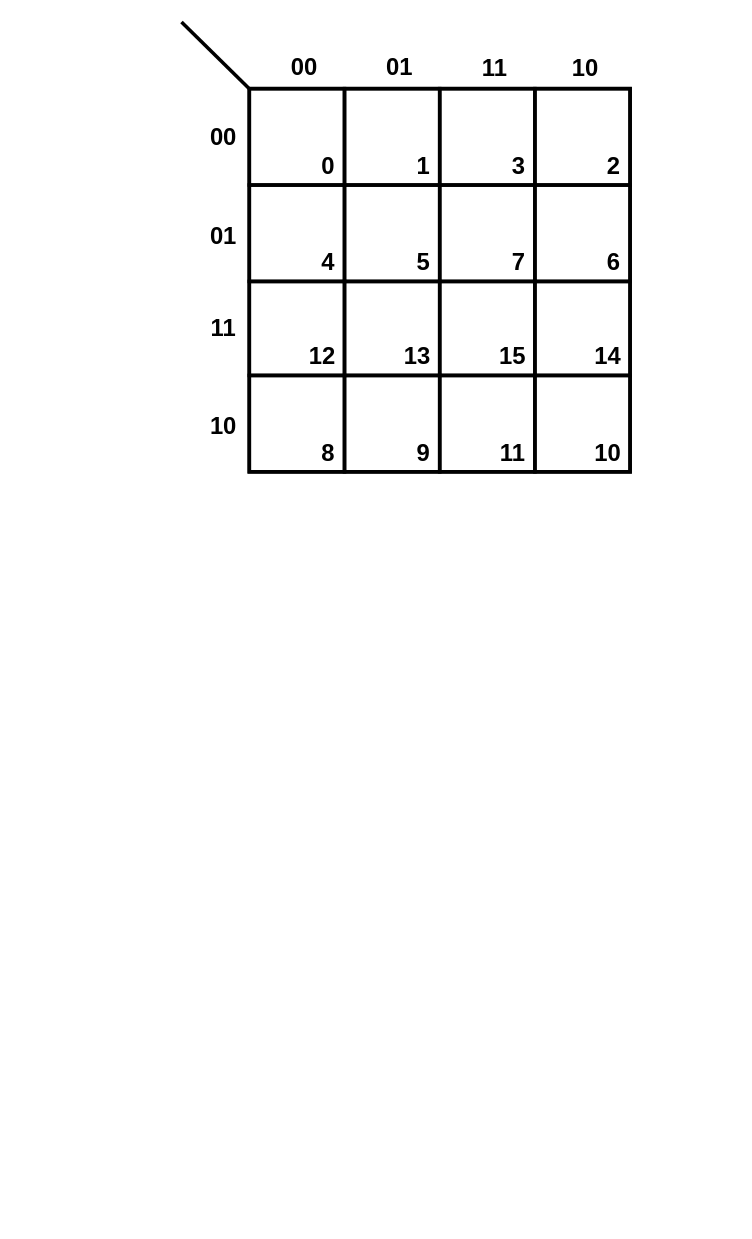
Above: kmap.drawio in T-Maharshi-Sanand-Yadav/draw.io (draw.io), before the change. Source tidied: cells renumbered, new cells numbered last; positions are measured from the earlier drawing's top-left corner, leaving out a move shared by most shapes. Both pictures are drawn from the tidied source at 119%, with x=0, y=0 at pixel (181, 21).
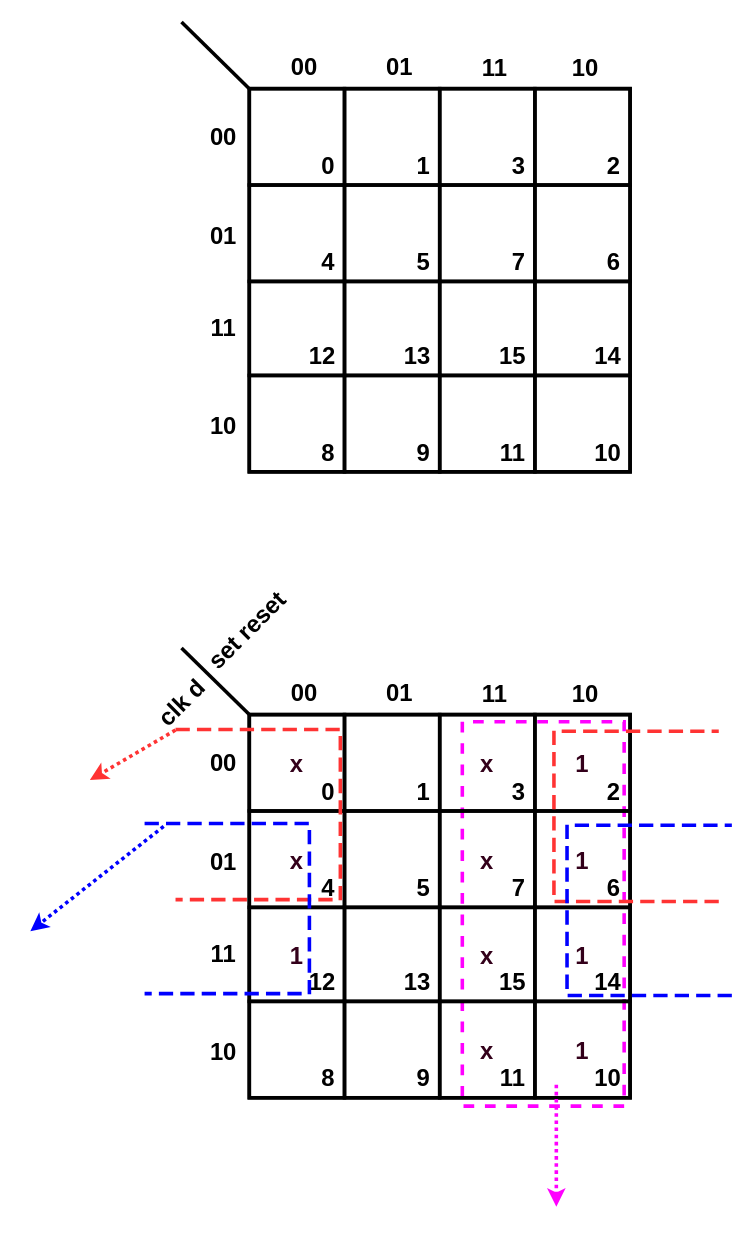
After the change.

Diff of the diagram source:
```diff
@@
+    <mxCell id="48" style="rounded=0;whiteSpace=wrap;html=1;strokeWidth=3;dashed=1;rotation=-180;strokeColor=#FF00FF;" parent="1" vertex="1">
+      <mxGeometry x="236" y="588" width="136" height="323" as="geometry" />
+    </mxCell>
@@
+    <mxCell id="49" value="&lt;span&gt;&lt;font&gt;0&lt;/font&gt;&lt;/span&gt;" style="text;html=1;align=center;verticalAlign=middle;strokeColor=none;fillColor=none;fontSize=20;fontStyle=1;" parent="1" vertex="1">
+      <mxGeometry x="108" y="627" width="30" height="37" as="geometry" />
+    </mxCell>
+    <mxCell id="50" value="&lt;span&gt;&lt;font&gt;1&lt;/font&gt;&lt;/span&gt;" style="text;html=1;align=center;verticalAlign=middle;strokeColor=none;fillColor=none;fontSize=20;fontStyle=1;" parent="1" vertex="1">
+      <mxGeometry x="188" y="627" width="30" height="37" as="geometry" />
+    </mxCell>
+    <mxCell id="51" value="&lt;span&gt;&lt;font&gt;3&lt;/font&gt;&lt;/span&gt;" style="text;html=1;align=center;verticalAlign=middle;strokeColor=none;fillColor=none;fontSize=20;fontStyle=1;" parent="1" vertex="1">
+      <mxGeometry x="268" y="627" width="30" height="37" as="geometry" />
+    </mxCell>
+    <mxCell id="52" value="&lt;span&gt;&lt;font&gt;2&lt;/font&gt;&lt;/span&gt;" style="text;html=1;align=center;verticalAlign=middle;strokeColor=none;fillColor=none;fontSize=20;fontStyle=1;" parent="1" vertex="1">
+      <mxGeometry x="348" y="627" width="30" height="37" as="geometry" />
+    </mxCell>
+    <mxCell id="53" value="&lt;span&gt;&lt;font&gt;4&lt;/font&gt;&lt;/span&gt;" style="text;html=1;align=center;verticalAlign=middle;strokeColor=none;fillColor=none;fontSize=20;fontStyle=1;" parent="1" vertex="1">
+      <mxGeometry x="108" y="708" width="30" height="37" as="geometry" />
+    </mxCell>
+    <mxCell id="54" value="&lt;span&gt;&lt;font&gt;5&lt;/font&gt;&lt;/span&gt;" style="text;html=1;align=center;verticalAlign=middle;strokeColor=none;fillColor=none;fontSize=20;fontStyle=1;" parent="1" vertex="1">
+      <mxGeometry x="188" y="708" width="30" height="37" as="geometry" />
+    </mxCell>
+    <mxCell id="55" value="&lt;span&gt;&lt;font&gt;7&lt;/font&gt;&lt;/span&gt;" style="text;html=1;align=center;verticalAlign=middle;strokeColor=none;fillColor=none;fontSize=20;fontStyle=1;" parent="1" vertex="1">
+      <mxGeometry x="268" y="708" width="30" height="37" as="geometry" />
+    </mxCell>
+    <mxCell id="56" value="&lt;span&gt;&lt;font&gt;6&lt;/font&gt;&lt;/span&gt;" style="text;html=1;align=center;verticalAlign=middle;strokeColor=none;fillColor=none;fontSize=20;fontStyle=1;" parent="1" vertex="1">
+      <mxGeometry x="348" y="708" width="30" height="37" as="geometry" />
+    </mxCell>
+    <mxCell id="57" value="&lt;span&gt;&lt;font&gt;12&lt;/font&gt;&lt;/span&gt;" style="text;html=1;align=center;verticalAlign=middle;strokeColor=none;fillColor=none;fontSize=20;fontStyle=1;" parent="1" vertex="1">
+      <mxGeometry x="97" y="787" width="41" height="37" as="geometry" />
+    </mxCell>
+    <mxCell id="58" value="&lt;span&gt;&lt;font&gt;13&lt;/font&gt;&lt;/span&gt;" style="text;html=1;align=center;verticalAlign=middle;strokeColor=none;fillColor=none;fontSize=20;fontStyle=1;" parent="1" vertex="1">
+      <mxGeometry x="177" y="787" width="41" height="37" as="geometry" />
+    </mxCell>
+    <mxCell id="59" value="&lt;span&gt;&lt;font&gt;15&lt;/font&gt;&lt;/span&gt;" style="text;html=1;align=center;verticalAlign=middle;strokeColor=none;fillColor=none;fontSize=20;fontStyle=1;" parent="1" vertex="1">
+      <mxGeometry x="257" y="787" width="41" height="37" as="geometry" />
+    </mxCell>
+    <mxCell id="60" value="&lt;span&gt;&lt;font&gt;14&lt;/font&gt;&lt;/span&gt;" style="text;html=1;align=center;verticalAlign=middle;strokeColor=none;fillColor=none;fontSize=20;fontStyle=1;" parent="1" vertex="1">
+      <mxGeometry x="337" y="787" width="41" height="37" as="geometry" />
+    </mxCell>
+    <mxCell id="61" value="&lt;span&gt;&lt;font&gt;8&lt;/font&gt;&lt;/span&gt;" style="text;html=1;align=center;verticalAlign=middle;strokeColor=none;fillColor=none;fontSize=20;fontStyle=1;" parent="1" vertex="1">
+      <mxGeometry x="108" y="868" width="30" height="37" as="geometry" />
+    </mxCell>
+    <mxCell id="62" value="&lt;span&gt;&lt;font&gt;9&lt;/font&gt;&lt;/span&gt;" style="text;html=1;align=center;verticalAlign=middle;strokeColor=none;fillColor=none;fontSize=20;fontStyle=1;" parent="1" vertex="1">
+      <mxGeometry x="188" y="868" width="30" height="37" as="geometry" />
+    </mxCell>
+    <mxCell id="63" value="&lt;span&gt;&lt;font&gt;11&lt;/font&gt;&lt;/span&gt;" style="text;html=1;align=center;verticalAlign=middle;strokeColor=none;fillColor=none;fontSize=20;fontStyle=1;" parent="1" vertex="1">
+      <mxGeometry x="258" y="868" width="40" height="37" as="geometry" />
+    </mxCell>
+    <mxCell id="64" value="&lt;span&gt;&lt;font&gt;10&lt;/font&gt;&lt;/span&gt;" style="text;html=1;align=center;verticalAlign=middle;strokeColor=none;fillColor=none;fontSize=20;fontStyle=1;" parent="1" vertex="1">
+      <mxGeometry x="337" y="868" width="41" height="37" as="geometry" />
+    </mxCell>
+    <mxCell id="65" style="endArrow=none;html=1;rounded=0;strokeWidth=3;entryX=0;entryY=0;entryDx=0;entryDy=0;fontStyle=1;" parent="1" edge="1" target="77">
+      <mxGeometry relative="1" as="geometry">
+        <mxPoint y="526" as="sourcePoint" />
+      </mxGeometry>
+    </mxCell>
+    <mxCell id="66" value="&lt;span&gt;&lt;font&gt;00&lt;/font&gt;&lt;/span&gt;" style="text;html=1;align=center;verticalAlign=middle;strokeColor=none;fillColor=none;fontSize=20;fontStyle=1;" parent="1" vertex="1">
+      <mxGeometry x="14" y="603" width="41" height="37" as="geometry" />
+    </mxCell>
+    <mxCell id="67" value="&lt;span&gt;&lt;font&gt;01&lt;/font&gt;&lt;/span&gt;" style="text;html=1;align=center;verticalAlign=middle;strokeColor=none;fillColor=none;fontSize=20;fontStyle=1;" parent="1" vertex="1">
+      <mxGeometry x="14" y="686" width="41" height="37" as="geometry" />
+    </mxCell>
+    <mxCell id="68" value="&lt;span&gt;&lt;font&gt;11&lt;/font&gt;&lt;/span&gt;" style="text;html=1;align=center;verticalAlign=middle;strokeColor=none;fillColor=none;fontSize=20;fontStyle=1;" parent="1" vertex="1">
+      <mxGeometry x="15" y="763" width="40" height="37" as="geometry" />
+    </mxCell>
+    <mxCell id="69" value="&lt;span&gt;&lt;font&gt;10&lt;/font&gt;&lt;/span&gt;" style="text;html=1;align=center;verticalAlign=middle;strokeColor=none;fillColor=none;fontSize=20;fontStyle=1;" parent="1" vertex="1">
+      <mxGeometry x="14" y="846" width="41" height="37" as="geometry" />
+    </mxCell>
+    <mxCell id="70" value="&lt;span&gt;&lt;font&gt;00&lt;/font&gt;&lt;/span&gt;" style="text;html=1;align=center;verticalAlign=middle;strokeColor=none;fillColor=none;fontSize=20;fontStyle=1;" parent="1" vertex="1">
+      <mxGeometry x="82" y="544" width="41" height="37" as="geometry" />
+    </mxCell>
+    <mxCell id="71" value="&lt;span&gt;&lt;font&gt;01&lt;/font&gt;&lt;/span&gt;" style="text;html=1;align=center;verticalAlign=middle;strokeColor=none;fillColor=none;fontSize=20;fontStyle=1;" parent="1" vertex="1">
+      <mxGeometry x="162" y="544" width="41" height="37" as="geometry" />
+    </mxCell>
+    <mxCell id="72" value="&lt;span&gt;&lt;font&gt;11&lt;/font&gt;&lt;/span&gt;" style="text;html=1;align=center;verticalAlign=middle;strokeColor=none;fillColor=none;fontSize=20;fontStyle=1;" parent="1" vertex="1">
+      <mxGeometry x="243" y="545" width="40" height="37" as="geometry" />
+    </mxCell>
+    <mxCell id="73" value="&lt;span&gt;&lt;font&gt;10&lt;/font&gt;&lt;/span&gt;" style="text;html=1;align=center;verticalAlign=middle;strokeColor=none;fillColor=none;fontSize=20;fontStyle=1;" parent="1" vertex="1">
+      <mxGeometry x="318" y="545" width="41" height="37" as="geometry" />
+    </mxCell>
+    <mxCell id="74" value="&lt;span&gt;&lt;font&gt;clk d&lt;/font&gt;&lt;/span&gt;" style="text;html=1;align=center;verticalAlign=middle;strokeColor=none;fillColor=none;fontSize=20;rotation=-45;fontStyle=1;" parent="1" vertex="1">
+      <mxGeometry x="-31" y="553" width="60" height="37" as="geometry" />
+    </mxCell>
+    <mxCell id="75" value="&lt;span&gt;&lt;font&gt;set reset&lt;/font&gt;&lt;/span&gt;" style="text;html=1;align=center;verticalAlign=middle;strokeColor=none;fillColor=none;fontSize=20;rotation=-45;fontStyle=1;" parent="1" vertex="1">
+      <mxGeometry x="6" y="492" width="96" height="37" as="geometry" />
+    </mxCell>
+    <mxCell id="76" style="childLayout=tableLayout;shadow=0;fillColor=none;strokeWidth=3;fontSize=20;fontStyle=1;" parent="1" vertex="1">
+      <mxGeometry x="57" y="582" width="320" height="322" as="geometry" />
+    </mxCell>
+    <mxCell id="77" style="shape=tableRow;horizontal=0;startSize=0;swimlaneHead=0;swimlaneBody=0;top=0;left=0;bottom=0;right=0;fontStyle=1;fillColor=none;strokeColor=inherit;strokeWidth=3;fontSize=30;" parent="76" vertex="1">
+      <mxGeometry width="320" height="81" as="geometry" />
+    </mxCell>
+    <mxCell id="78" value="&lt;font style=&quot;font-size: 20px; color: rgb(51, 0, 26);&quot;&gt;x&lt;/font&gt;" style="strokeColor=inherit;fillColor=none;align=center;whiteSpace=wrap;html=1;strokeWidth=3;fontStyle=1;" parent="77" vertex="1">
+      <mxGeometry width="80" height="81" as="geometry" />
+    </mxCell>
+    <mxCell id="79" style="strokeColor=inherit;fillColor=none;align=center;whiteSpace=wrap;html=1;strokeWidth=3;fontStyle=1;" parent="77" vertex="1">
+      <mxGeometry x="80" width="80" height="81" as="geometry" />
+    </mxCell>
+    <mxCell id="80" value="&lt;font style=&quot;font-size: 20px; color: rgb(51, 0, 26);&quot;&gt;x&lt;/font&gt;" style="strokeColor=inherit;fillColor=none;align=center;whiteSpace=wrap;html=1;strokeWidth=3;fontStyle=1;" parent="77" vertex="1">
+      <mxGeometry x="160" width="80" height="81" as="geometry" />
+    </mxCell>
+    <mxCell id="81" value="&lt;font style=&quot;font-size: 20px; color: rgb(51, 0, 26);&quot;&gt;1&lt;/font&gt;" style="strokeColor=inherit;fillColor=none;align=center;whiteSpace=wrap;html=1;strokeWidth=3;fontStyle=1;" parent="77" vertex="1">
+      <mxGeometry x="240" width="80" height="81" as="geometry" />
+    </mxCell>
+    <mxCell id="82" style="shape=tableRow;horizontal=0;startSize=0;swimlaneHead=0;swimlaneBody=0;top=0;left=0;bottom=0;right=0;fontStyle=1;fillColor=none;strokeColor=inherit;strokeWidth=3;" parent="76" vertex="1">
+      <mxGeometry y="81" width="320" height="81" as="geometry" />
+    </mxCell>
+    <mxCell id="83" value="&lt;font style=&quot;font-size: 20px; color: rgb(51, 0, 26);&quot;&gt;x&lt;/font&gt;" style="strokeColor=inherit;fillColor=none;align=center;whiteSpace=wrap;html=1;strokeWidth=3;fontStyle=1;" parent="82" vertex="1">
+      <mxGeometry width="80" height="81" as="geometry" />
+    </mxCell>
+    <mxCell id="84" style="strokeColor=inherit;fillColor=none;align=center;whiteSpace=wrap;html=1;strokeWidth=3;fontStyle=1;" parent="82" vertex="1">
+      <mxGeometry x="80" width="80" height="81" as="geometry" />
+    </mxCell>
+    <mxCell id="85" value="&lt;span style=&quot;font-size: 20px;&quot;&gt;&lt;font style=&quot;color: rgb(51, 0, 26);&quot;&gt;x&lt;/font&gt;&lt;/span&gt;" style="strokeColor=inherit;fillColor=none;align=center;whiteSpace=wrap;html=1;strokeWidth=3;fontStyle=1;" parent="82" vertex="1">
+      <mxGeometry x="160" width="80" height="81" as="geometry" />
+    </mxCell>
+    <mxCell id="86" value="&lt;span style=&quot;font-size: 20px;&quot;&gt;&lt;font style=&quot;color: rgb(51, 0, 26);&quot;&gt;1&lt;/font&gt;&lt;/span&gt;" style="strokeColor=inherit;fillColor=none;align=center;whiteSpace=wrap;html=1;strokeWidth=3;fontStyle=1;" parent="82" vertex="1">
+      <mxGeometry x="240" width="80" height="81" as="geometry" />
+    </mxCell>
+    <mxCell id="87" style="shape=tableRow;horizontal=0;startSize=0;swimlaneHead=0;swimlaneBody=0;top=0;left=0;bottom=0;right=0;fontStyle=1;fillColor=none;strokeColor=inherit;strokeWidth=3;" parent="76" vertex="1">
+      <mxGeometry y="162" width="320" height="79" as="geometry" />
+    </mxCell>
+    <mxCell id="88" value="&lt;span style=&quot;font-size: 20px;&quot;&gt;&lt;font style=&quot;color: rgb(51, 0, 26);&quot;&gt;1&lt;/font&gt;&lt;/span&gt;" style="strokeColor=inherit;fillColor=none;align=center;whiteSpace=wrap;html=1;strokeWidth=3;fontStyle=1;" parent="87" vertex="1">
+      <mxGeometry width="80" height="79" as="geometry" />
+    </mxCell>
+    <mxCell id="89" style="strokeColor=inherit;fillColor=none;align=center;whiteSpace=wrap;html=1;strokeWidth=3;fontStyle=1;" parent="87" vertex="1">
+      <mxGeometry x="80" width="80" height="79" as="geometry" />
+    </mxCell>
+    <mxCell id="90" value="&lt;span style=&quot;font-size: 20px;&quot;&gt;&lt;font style=&quot;color: rgb(51, 0, 26);&quot;&gt;x&lt;/font&gt;&lt;/span&gt;" style="strokeColor=inherit;fillColor=none;align=center;whiteSpace=wrap;html=1;strokeWidth=3;fontStyle=1;" parent="87" vertex="1">
+      <mxGeometry x="160" width="80" height="79" as="geometry" />
+    </mxCell>
+    <mxCell id="91" value="&lt;span style=&quot;font-size: 20px;&quot;&gt;&lt;font style=&quot;color: rgb(51, 0, 26);&quot;&gt;1&lt;/font&gt;&lt;/span&gt;" style="strokeColor=inherit;fillColor=none;align=center;whiteSpace=wrap;html=1;strokeWidth=3;fontStyle=1;" parent="87" vertex="1">
+      <mxGeometry x="240" width="80" height="79" as="geometry" />
+    </mxCell>
+    <mxCell id="92" style="shape=tableRow;horizontal=0;startSize=0;swimlaneHead=0;swimlaneBody=0;top=0;left=0;bottom=0;right=0;fontStyle=1;fillColor=none;strokeColor=inherit;strokeWidth=3;" parent="76" vertex="1">
+      <mxGeometry y="241" width="320" height="81" as="geometry" />
+    </mxCell>
+    <mxCell id="93" style="strokeColor=inherit;fillColor=none;align=center;whiteSpace=wrap;html=1;strokeWidth=3;fontStyle=1;" parent="92" vertex="1">
+      <mxGeometry width="80" height="81" as="geometry" />
+    </mxCell>
+    <mxCell id="94" style="strokeColor=inherit;fillColor=none;align=center;whiteSpace=wrap;html=1;strokeWidth=3;fontStyle=1;" parent="92" vertex="1">
+      <mxGeometry x="80" width="80" height="81" as="geometry" />
+    </mxCell>
+    <mxCell id="95" value="&lt;span style=&quot;font-size: 20px;&quot;&gt;&lt;font style=&quot;color: rgb(51, 0, 26);&quot;&gt;x&lt;/font&gt;&lt;/span&gt;" style="strokeColor=inherit;fillColor=none;align=center;whiteSpace=wrap;html=1;strokeWidth=3;fontStyle=1;" parent="92" vertex="1">
+      <mxGeometry x="160" width="80" height="81" as="geometry" />
+    </mxCell>
+    <mxCell id="96" value="&lt;span style=&quot;font-size: 20px;&quot;&gt;&lt;font style=&quot;color: rgb(51, 0, 26);&quot;&gt;1&lt;/font&gt;&lt;/span&gt;" style="strokeColor=inherit;fillColor=none;align=center;whiteSpace=wrap;html=1;strokeWidth=3;fontStyle=1;" parent="92" vertex="1">
+      <mxGeometry x="240" width="80" height="81" as="geometry" />
+    </mxCell>
+    <mxCell id="97" style="shape=partialRectangle;whiteSpace=wrap;html=1;bottom=1;right=1;left=1;top=0;fillColor=none;routingCenterX=-0.5;rotation=-90;dashed=1;strokeWidth=3;strokeColor=#FF3333;" parent="1" vertex="1">
+      <mxGeometry x="-6.5" y="597.5" width="143" height="137" as="geometry" />
+    </mxCell>
+    <mxCell id="98" style="shape=partialRectangle;whiteSpace=wrap;html=1;bottom=1;right=1;left=1;top=0;fillColor=none;routingCenterX=-0.5;rotation=-90;dashed=1;strokeWidth=3;flipH=1;flipV=1;strokeColor=#FF3333;" parent="1" vertex="1">
+      <mxGeometry x="310" y="599" width="143" height="137" as="geometry" />
+    </mxCell>
+    <mxCell id="99" style="shape=partialRectangle;whiteSpace=wrap;html=1;bottom=1;right=1;left=1;top=0;fillColor=none;routingCenterX=-0.5;rotation=-90;dashed=1;strokeWidth=3;strokeColor=#0000FF;" parent="1" vertex="1">
+      <mxGeometry x="-32.5" y="676.5" width="143" height="137" as="geometry" />
+    </mxCell>
+    <mxCell id="100" style="shape=partialRectangle;whiteSpace=wrap;html=1;bottom=1;right=1;left=1;top=0;fillColor=none;routingCenterX=-0.5;rotation=-90;dashed=1;strokeWidth=3;flipH=1;flipV=1;strokeColor=#0000FF;" parent="1" vertex="1">
+      <mxGeometry x="321" y="678" width="143" height="137" as="geometry" />
+    </mxCell>
+    <mxCell id="101" style="endArrow=classic;html=1;rounded=0;strokeWidth=3;strokeColor=#0000FF;dashed=1;dashPattern=1 1;" parent="1" edge="1">
+      <mxGeometry relative="1" as="geometry">
+        <mxPoint x="-15" y="676" as="sourcePoint" />
+        <mxPoint x="-127" y="764" as="targetPoint" />
+      </mxGeometry>
+    </mxCell>
+    <mxCell id="102" style="endArrow=classic;html=1;rounded=0;strokeWidth=3;strokeColor=#FF3333;dashed=1;dashPattern=1 1;" parent="1" edge="1">
+      <mxGeometry relative="1" as="geometry">
+        <mxPoint x="-5" y="595" as="sourcePoint" />
+        <mxPoint x="-77" y="637" as="targetPoint" />
+      </mxGeometry>
+    </mxCell>
+    <mxCell id="103" style="endArrow=classic;html=1;rounded=0;strokeWidth=3;dashed=1;dashPattern=1 1;strokeColor=#FF00FF;" parent="1" edge="1">
+      <mxGeometry relative="1" as="geometry">
+        <mxPoint x="315" y="893" as="sourcePoint" />
+        <mxPoint x="315" y="995.5" as="targetPoint" />
+      </mxGeometry>
+    </mxCell>
```
